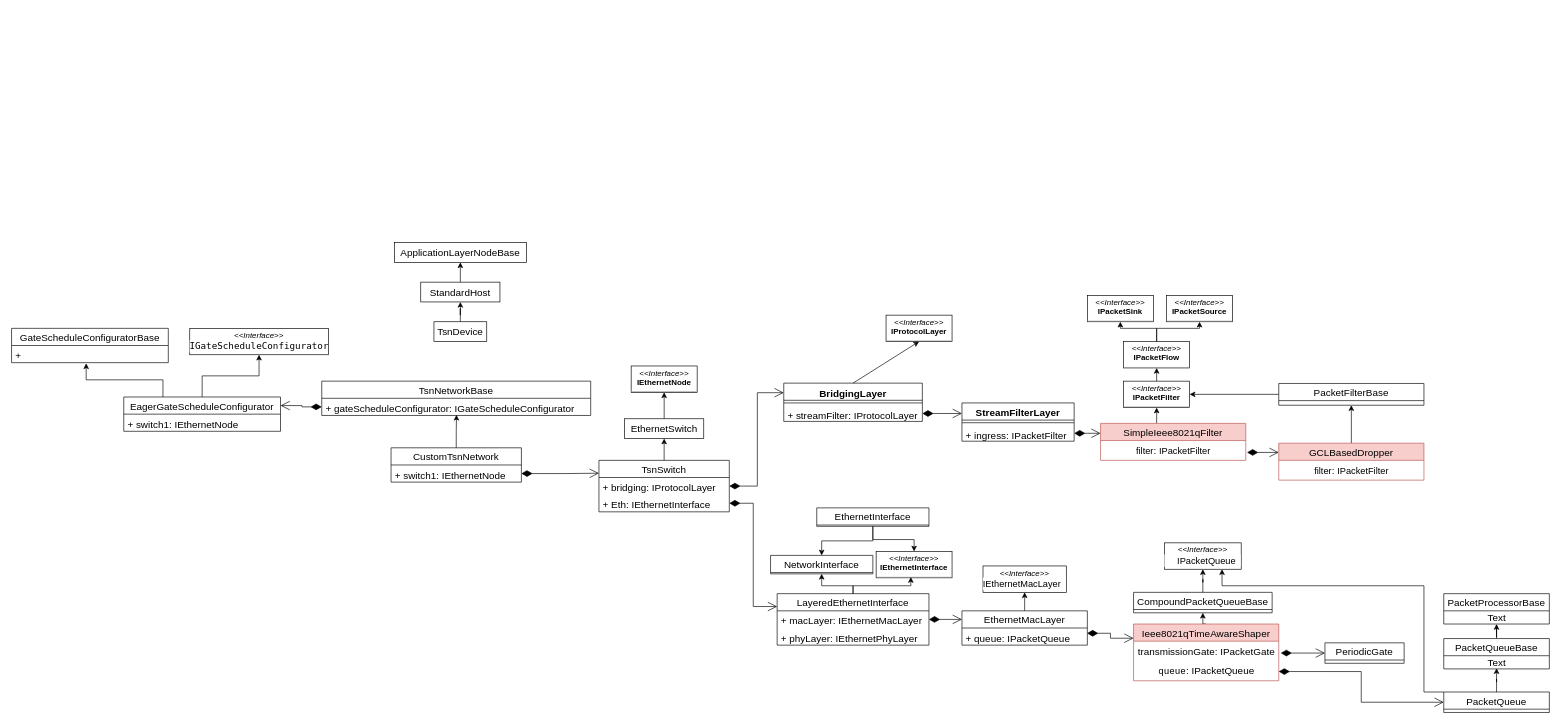
saberfeng/inet keeps this draw.io diagram as diagrams/inet_notes.drawio. Above is the earlier version. Source tidied: cells renumbered, new cells numbered last; positions are measured from the earlier drawing's top-left corner, leaving out a move shared by most shapes. Both pictures are drawn from the tidied source at 66%, with x=0, y=0 at pixel (11, 242).
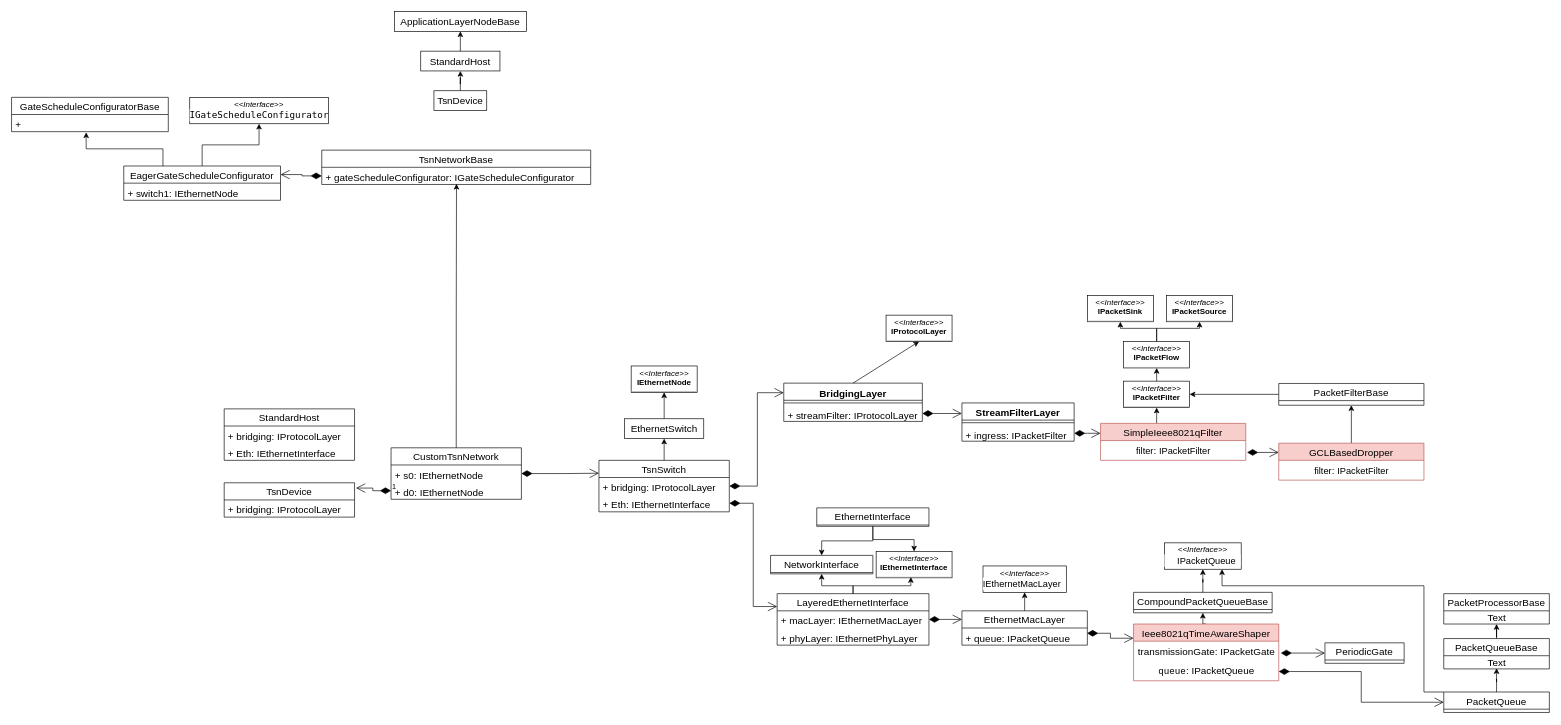
Above is the later version.

The change refers to these unchanged cells:
```xml
<mxCell id="20" value="TsnSwitch" style="swimlane;fontStyle=0;horizontal=1;startSize=26;fillColor=none;fontSize=15;" parent="1" vertex="1">
  <mxGeometry x="890" y="330" width="197.5" height="78" as="geometry" />
</mxCell>
<mxCell id="78" value="+ gateScheduleConfigurator: IGateScheduleConfigurator" style="text;strokeColor=none;fillColor=none;align=left;verticalAlign=top;spacingLeft=4;spacingRight=4;overflow=hidden;points=[[0,0.5],[1,0.5]];portConstraint=eastwest;fontSize=15;" parent="77" vertex="1">
  <mxGeometry y="26" width="407.5" height="26" as="geometry" />
</mxCell>
```

The edit, as a diff of the source:
```diff
@@
     <mxCell id="6" value="&lt;font style=&quot;font-size: 15px;&quot;&gt;TsnDevice&lt;/font&gt;" style="rounded=0;whiteSpace=wrap;html=1;" parent="1" vertex="1">
-      <mxGeometry x="640" y="120" width="80" height="30" as="geometry" />
+      <mxGeometry x="640" y="-230" width="80" height="30" as="geometry" />
     </mxCell>
@@
     <mxCell id="8" value="&lt;font style=&quot;font-size: 15px;&quot;&gt;StandardHost&lt;/font&gt;" style="rounded=0;whiteSpace=wrap;html=1;" parent="1" vertex="1">
-      <mxGeometry x="620" y="60" width="120" height="30" as="geometry" />
+      <mxGeometry x="620" y="-290" width="120" height="30" as="geometry" />
     </mxCell>
@@
     <mxCell id="25" value="&lt;font style=&quot;font-size: 15px;&quot;&gt;ApplicationLayerNodeBase&lt;/font&gt;" style="rounded=0;whiteSpace=wrap;html=1;" parent="1" vertex="1">
-      <mxGeometry x="580" width="200" height="30" as="geometry" />
+      <mxGeometry x="580" y="-350" width="200" height="30" as="geometry" />
     </mxCell>
@@
     <mxCell id="74" value="CustomTsnNetwork" style="swimlane;fontStyle=0;horizontal=1;startSize=26;fillColor=none;fontSize=15;" parent="1" vertex="1">
-      <mxGeometry x="575" y="311" width="197.5" height="52" as="geometry" />
+      <mxGeometry x="575" y="311" width="197.5" height="78" as="geometry" />
     </mxCell>
+    <mxCell id="90" value="+ s0: IEthernetNode" style="text;strokeColor=none;fillColor=none;align=left;verticalAlign=top;spacingLeft=4;spacingRight=4;overflow=hidden;points=[[0,0.5],[1,0.5]];portConstraint=eastwest;fontSize=15;" parent="74" vertex="1">
+      <mxGeometry y="26" width="197.5" height="26" as="geometry" />
+    </mxCell>
-    <mxCell id="75" value="+ switch1: IEthernetNode" style="text;strokeColor=none;fillColor=none;align=left;verticalAlign=top;spacingLeft=4;spacingRight=4;overflow=hidden;points=[[0,0.5],[1,0.5]];portConstraint=eastwest;fontSize=15;" parent="74" vertex="1">
-      <mxGeometry y="26" width="197.5" height="26" as="geometry" />
+    <mxCell id="75" value="+ d0: IEthernetNode" style="text;strokeColor=none;fillColor=none;align=left;verticalAlign=top;spacingLeft=4;spacingRight=4;overflow=hidden;points=[[0,0.5],[1,0.5]];portConstraint=eastwest;fontSize=15;" parent="74" vertex="1">
+      <mxGeometry y="52" width="197.5" height="26" as="geometry" />
     </mxCell>
-    <mxCell id="76" style="endArrow=open;html=1;endSize=12;startArrow=diamondThin;startSize=14;startFill=1;edgeStyle=orthogonalEdgeStyle;align=left;verticalAlign=bottom;rounded=0;fontSize=15;exitX=1;exitY=0.5;exitDx=0;exitDy=0;entryX=0;entryY=0.25;entryDx=0;entryDy=0;" parent="1" edge="1" source="75" target="20">
+    <mxCell id="76" style="endArrow=open;html=1;endSize=12;startArrow=diamondThin;startSize=14;startFill=1;edgeStyle=orthogonalEdgeStyle;align=left;verticalAlign=bottom;rounded=0;fontSize=15;exitX=1;exitY=0.5;exitDx=0;exitDy=0;entryX=0;entryY=0.25;entryDx=0;entryDy=0;" parent="1" edge="1" source="90" target="20">
       <mxGeometry x="-1" y="3" relative="1" as="geometry">
         <Array as="points">
           <mxPoint x="840" y="350" />
         </Array>
       </mxGeometry>
     </mxCell>
     <mxCell id="77" value="TsnNetworkBase" style="swimlane;fontStyle=0;horizontal=1;startSize=26;fillColor=none;fontSize=15;" parent="1" vertex="1">
-      <mxGeometry x="470" y="210" width="407.5" height="52" as="geometry" />
+      <mxGeometry x="470" y="-140" width="407.5" height="52" as="geometry" />
     </mxCell>
@@
     <mxCell id="81" value="EagerGateScheduleConfigurator" style="swimlane;fontStyle=0;horizontal=1;startSize=26;fillColor=none;fontSize=15;" parent="1" vertex="1">
-      <mxGeometry x="170" y="234" width="237.5" height="52" as="geometry" />
+      <mxGeometry x="170" y="-116" width="237.5" height="52" as="geometry" />
     </mxCell>
@@
     <mxCell id="83" value="&lt;p style=&quot;margin:0px;margin-top:4px;text-align:center;&quot;&gt;&lt;i&gt;&amp;lt;&amp;lt;Interface&amp;gt;&amp;gt;&lt;/i&gt;&lt;br&gt;&lt;/p&gt;&lt;div style=&quot;background-color: rgb(255, 255, 255); font-family: &amp;quot;Droid Sans Mono&amp;quot;, &amp;quot;monospace&amp;quot;, monospace; font-size: 14px; line-height: 19px;&quot;&gt;IGateScheduleConfigurator&lt;/div&gt;&lt;hr size=&quot;1&quot;&gt;&lt;p style=&quot;margin:0px;margin-left:4px;&quot;&gt;&lt;br&gt;&lt;/p&gt;" style="verticalAlign=top;align=left;overflow=fill;fontSize=12;fontFamily=Helvetica;html=1;" parent="1" vertex="1">
-      <mxGeometry x="270" y="130" width="210" height="40" as="geometry" />
+      <mxGeometry x="270" y="-220" width="210" height="40" as="geometry" />
     </mxCell>
     <mxCell id="84" style="endArrow=open;html=1;endSize=12;startArrow=diamondThin;startSize=14;startFill=1;edgeStyle=orthogonalEdgeStyle;align=left;verticalAlign=bottom;rounded=0;fontSize=15;exitX=0;exitY=0.5;exitDx=0;exitDy=0;entryX=1;entryY=0.25;entryDx=0;entryDy=0;" parent="1" edge="1" source="78" target="81">
       <mxGeometry x="-1" y="3" relative="1" as="geometry">
         <Array as="points">
-          <mxPoint x="440" y="249" />
-          <mxPoint x="440" y="247" />
+          <mxPoint x="440" y="-101" />
+          <mxPoint x="440" y="-103" />
         </Array>
       </mxGeometry>
     </mxCell>
     <mxCell id="85" value="GateScheduleConfiguratorBase" style="swimlane;fontStyle=0;horizontal=1;startSize=26;fillColor=none;fontSize=15;" parent="1" vertex="1">
-      <mxGeometry y="130" width="237.5" height="52" as="geometry" />
+      <mxGeometry y="-220" width="237.5" height="52" as="geometry" />
     </mxCell>
@@
+    <mxCell id="91" value="TsnDevice" style="swimlane;fontStyle=0;horizontal=1;startSize=26;fillColor=none;fontSize=15;" parent="1" vertex="1">
+      <mxGeometry x="322.2" y="364" width="197.5" height="52" as="geometry" />
+    </mxCell>
+    <mxCell id="92" value="+ bridging: IProtocolLayer" style="text;strokeColor=none;fillColor=none;align=left;verticalAlign=top;spacingLeft=4;spacingRight=4;overflow=hidden;fontSize=15;" parent="91" vertex="1">
+      <mxGeometry y="26" width="197.5" height="26" as="geometry" />
+    </mxCell>
+    <mxCell id="93" value="1" style="endArrow=open;html=1;endSize=12;startArrow=diamondThin;startSize=14;startFill=1;edgeStyle=orthogonalEdgeStyle;align=left;verticalAlign=bottom;rounded=0;exitX=0;exitY=0.5;exitDx=0;exitDy=0;entryX=1.011;entryY=0.154;entryDx=0;entryDy=0;entryPerimeter=0;" parent="1" edge="1" source="75" target="91">
+      <mxGeometry x="-1" y="3" relative="1" as="geometry" />
+    </mxCell>
+    <mxCell id="94" value="StandardHost" style="swimlane;fontStyle=0;horizontal=1;startSize=26;fillColor=none;fontSize=15;" parent="1" vertex="1">
+      <mxGeometry x="322.2" y="252" width="197.5" height="78" as="geometry" />
+    </mxCell>
+    <mxCell id="95" value="+ bridging: IProtocolLayer" style="text;strokeColor=none;fillColor=none;align=left;verticalAlign=top;spacingLeft=4;spacingRight=4;overflow=hidden;fontSize=15;" parent="94" vertex="1">
+      <mxGeometry y="26" width="197.5" height="26" as="geometry" />
+    </mxCell>
+    <mxCell id="96" value="+ Eth: IEthernetInterface" style="text;strokeColor=none;fillColor=none;align=left;verticalAlign=top;spacingLeft=4;spacingRight=4;overflow=hidden;fontSize=15;" parent="94" vertex="1">
+      <mxGeometry y="52" width="197.5" height="26" as="geometry" />
+    </mxCell>
```
